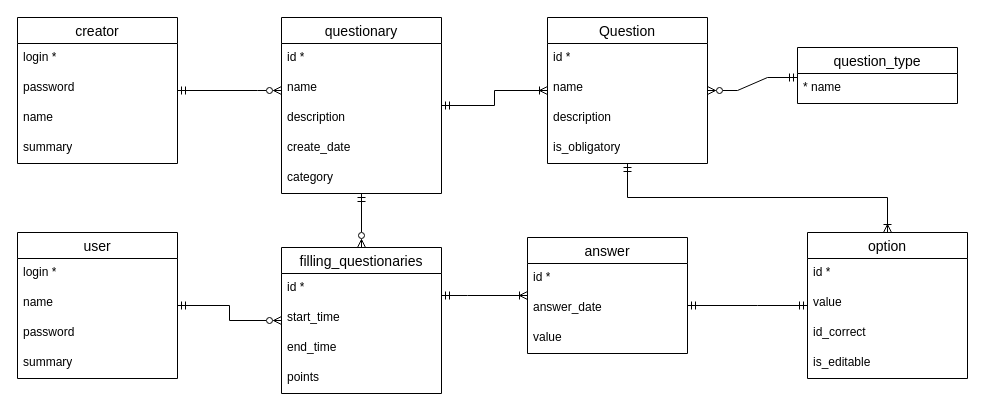
Earlier version of the draw.io diagram entity/surveys-entity.drawio (Rzyczu/surveys-db). Source tidied: cells renumbered, new cells numbered last; positions are measured from the earlier drawing's top-left corner, leaving out a move shared by most shapes. Both pictures are drawn from the tidied source at 100%, with x=0, y=0 at pixel (17, 17).
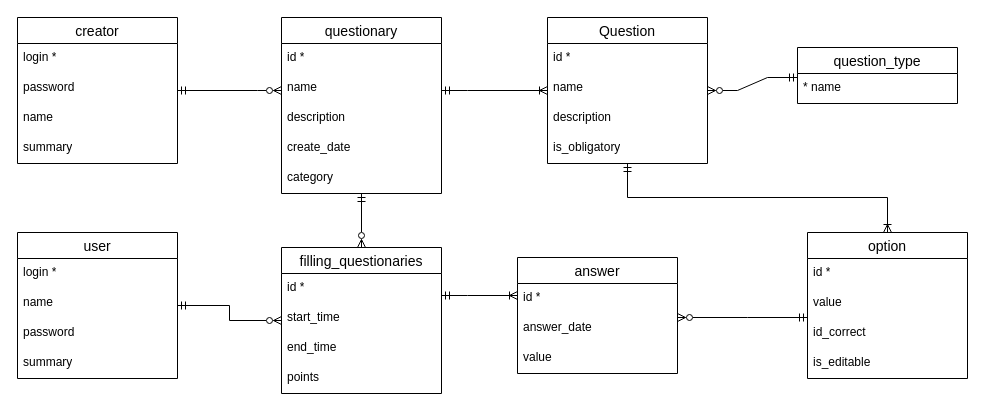
The same diagram, later.

Unchanged cells that the change refers to:
```xml
<mxCell id="7" value="questionary" style="swimlane;fontStyle=0;horizontal=1;startSize=26;align=center;fontSize=14;" parent="1" vertex="1">
  <mxGeometry x="264" width="160" height="176" as="geometry" />
</mxCell>
<mxCell id="13" value="option" style="swimlane;fontStyle=0;horizontal=1;startSize=26;align=center;fontSize=14;" parent="1" vertex="1">
  <mxGeometry x="790" y="215" width="160" height="146" as="geometry" />
</mxCell>
<mxCell id="18" value="Question" style="swimlane;fontStyle=0;horizontal=1;startSize=26;align=center;fontSize=14;" parent="1" vertex="1">
  <mxGeometry x="530" width="160" height="146" as="geometry" />
</mxCell>
```

Change to the diagram source:
```diff
@@
     <mxCell id="31" style="edgeStyle=orthogonalEdgeStyle;fontSize=12;html=1;endArrow=ERoneToMany;startArrow=ERmandOne;rounded=0;endFill=0;" parent="1" edge="1" source="7" target="18">
-      <mxGeometry relative="1" as="geometry" />
+      <mxGeometry relative="1" as="geometry">
+        <Array as="points">
+          <mxPoint x="450" y="73" />
+          <mxPoint x="450" y="73" />
+        </Array>
+      </mxGeometry>
     </mxCell>
@@
     <mxCell id="38" value="answer" style="swimlane;fontStyle=0;horizontal=1;startSize=26;align=center;fontSize=14;" parent="1" vertex="1">
-      <mxGeometry x="510" y="220" width="160" height="116" as="geometry" />
+      <mxGeometry x="500" y="240" width="160" height="116" as="geometry" />
     </mxCell>
@@
-    <mxCell id="46" style="edgeStyle=orthogonalEdgeStyle;fontSize=12;html=1;endArrow=ERmandOne;startArrow=ERmandOne;rounded=0;startFill=0;endFill=0;" parent="1" edge="1" source="38" target="13">
+    <mxCell id="46" style="edgeStyle=orthogonalEdgeStyle;fontSize=12;html=1;endArrow=ERmandOne;startArrow=ERzeroToMany;rounded=0;startFill=0;endFill=0;" parent="1" edge="1" source="38" target="13">
       <mxGeometry relative="1" as="geometry">
         <Array as="points">
-          <mxPoint x="740" y="288" />
-          <mxPoint x="740" y="288" />
+          <mxPoint x="730" y="300" />
+          <mxPoint x="730" y="300" />
         </Array>
       </mxGeometry>
     </mxCell>
```
